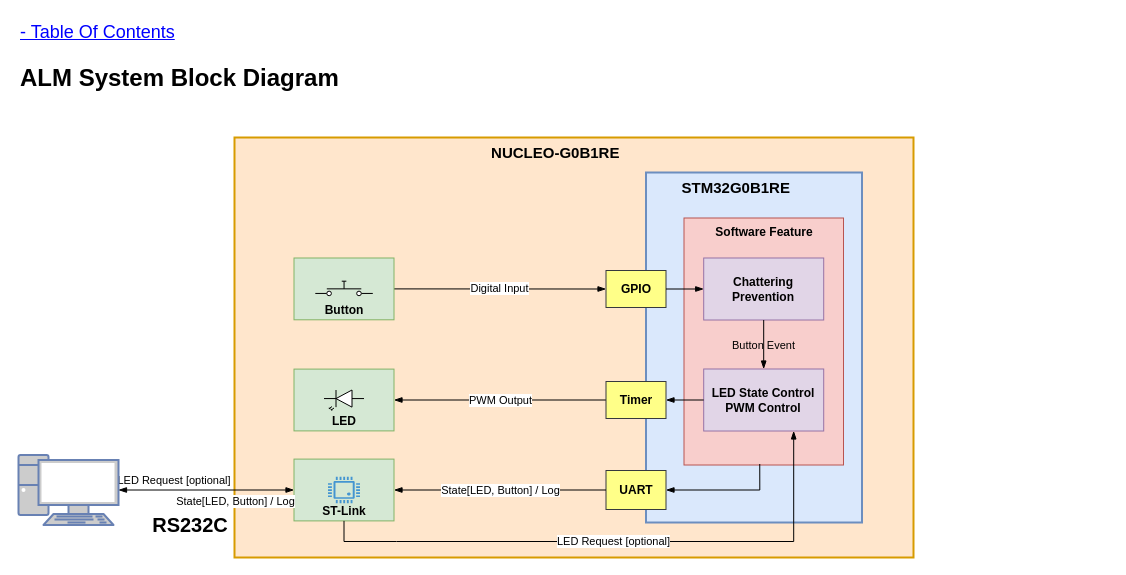
Earlier version of the draw.io diagram page "SystemBlockDiagram" (2 of 16) of Resources/Part2/Part2_ALM_Diagram.drawio (gtuja/CSC_MS). Source tidied: cells renumbered, new cells numbered last; positions are measured from the earlier drawing's top-left corner, leaving out a move shared by most shapes. Both pictures are drawn from the tidied source at 100%, with x=0, y=0 at pixel (18, 17).
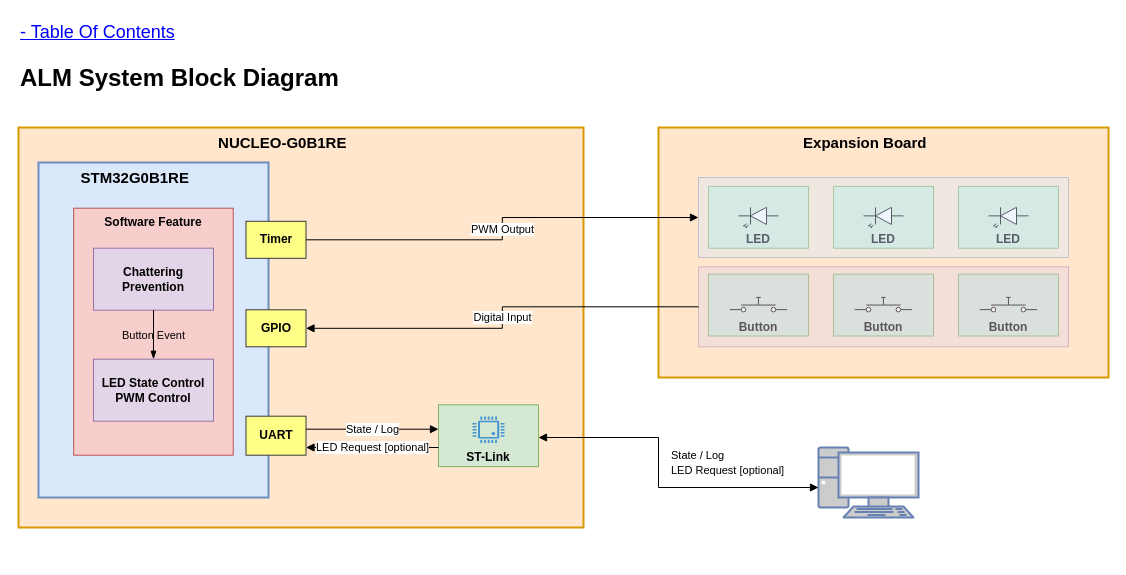
After the change.

Commit message (it also covers changes not shown here):
[main] Add hardware diagrams and update ALM diagrams.

The edit, as a diff of the source:
```diff
@@
     <mxCell id="2" value="&lt;div style=&quot;margin-top: 0pt; margin-bottom: 0pt; text-indent: -0.38in; font-size: 15px;&quot; class=&quot;O0&quot;&gt;&lt;span style=&quot;font-size: 15px; font-weight: bold;&quot;&gt;NUCLEO-G0B1RE&lt;/span&gt;&lt;/div&gt;" style="rounded=0;whiteSpace=wrap;html=1;strokeWidth=2;align=center;horizontal=1;verticalAlign=top;fontSize=15;labelBackgroundColor=none;fontFamily=Calibri;fillColor=#ffe6cc;strokeColor=#d79b00;" parent="1" vertex="1">
-      <mxGeometry x="216" y="120" width="679" height="420" as="geometry" />
+      <mxGeometry y="110" width="565" height="400" as="geometry" />
     </mxCell>
     <mxCell id="3" value="&lt;div class=&quot;O0&quot; style=&quot;margin-top: 0pt; margin-bottom: 0pt; text-indent: -0.38in; font-size: 15px;&quot;&gt;&lt;div class=&quot;O0&quot; style=&quot;margin-top: 0pt; margin-bottom: 0pt; text-indent: -0.38in; font-size: 15px;&quot;&gt;&lt;span style=&quot;font-size: 15px; font-weight: bold;&quot;&gt;STM32G0B1RE&lt;/span&gt;&lt;/div&gt;&lt;/div&gt;" style="rounded=0;whiteSpace=wrap;html=1;strokeWidth=2;align=center;horizontal=1;verticalAlign=top;fontSize=15;labelBackgroundColor=none;fontFamily=Calibri;fillColor=#dae8fc;strokeColor=#6c8ebf;" parent="1" vertex="1">
-      <mxGeometry x="627.5" y="155" width="216" height="350" as="geometry" />
+      <mxGeometry x="20" y="145" width="230" height="335" as="geometry" />
     </mxCell>
     <mxCell id="4" value="UART" style="rounded=0;whiteSpace=wrap;html=1;align=center;verticalAlign=middle;fontFamily=Calibri;fontStyle=1;fillColor=#ffff88;strokeColor=#36393d;" parent="1" vertex="1">
-      <mxGeometry x="587.5" y="453" width="60" height="39" as="geometry" />
+      <mxGeometry x="227.5" y="398.7" width="60" height="39" as="geometry" />
     </mxCell>
     <mxCell id="5" value="ST-Link" style="rounded=0;whiteSpace=wrap;html=1;fontFamily=Calibri;fontStyle=1;verticalAlign=bottom;fillColor=#d5e8d4;strokeColor=#82b366;" parent="1" vertex="1">
-      <mxGeometry x="275.5" y="441.6" width="100" height="61.8" as="geometry" />
+      <mxGeometry x="420" y="387.3" width="100" height="61.8" as="geometry" />
     </mxCell>
-    <mxCell id="6" value="Digital Input" style="endArrow=blockThin;startArrow=none;html=1;rounded=0;entryX=0;entryY=0.5;entryDx=0;entryDy=0;exitX=1;exitY=0.5;exitDx=0;exitDy=0;strokeWidth=1;startFill=0;endFill=1;fontFamily=Calibri;" parent="1" edge="1" source="12" target="14">
-      <mxGeometry relative="1" as="geometry" />
-    </mxCell>
-    <mxCell id="7" value="PWM Output" style="endArrow=blockThin;startArrow=none;html=1;rounded=0;entryX=1;entryY=0.5;entryDx=0;entryDy=0;exitX=0;exitY=0.5;exitDx=0;exitDy=0;strokeWidth=1;startFill=0;endFill=1;fontFamily=Calibri;" parent="1" edge="1" source="15" target="13">
-      <mxGeometry relative="1" as="geometry" />
-    </mxCell>
     <mxCell id="8" value="Software Feature" style="rounded=0;whiteSpace=wrap;html=1;horizontal=1;verticalAlign=top;flipV=0;fontFamily=Calibri;fontStyle=1;fillColor=#f8cecc;strokeColor=#b85450;" parent="1" vertex="1">
-      <mxGeometry x="665.5" y="200.5" width="159.5" height="247" as="geometry" />
+      <mxGeometry x="55.2" y="190.7" width="159.5" height="247" as="geometry" />
     </mxCell>
     <mxCell id="9" value="Chattering&lt;div&gt;Prevention&lt;/div&gt;" style="rounded=0;whiteSpace=wrap;html=1;flipV=0;fontFamily=Calibri;fontStyle=1;fillColor=#e1d5e7;strokeColor=#9673a6;" parent="1" vertex="1">
-      <mxGeometry x="685.2" y="240.5" width="120" height="62" as="geometry" />
+      <mxGeometry x="75" y="230.7" width="120" height="62" as="geometry" />
     </mxCell>
     <mxCell id="10" value="LED State Control&lt;div&gt;PWM Control&lt;/div&gt;" style="rounded=0;whiteSpace=wrap;html=1;verticalAlign=middle;flipV=0;fontFamily=Calibri;fontStyle=1;fillColor=#e1d5e7;strokeColor=#9673a6;" parent="1" vertex="1">
-      <mxGeometry x="685.2" y="351.5" width="120" height="62" as="geometry" />
+      <mxGeometry x="75" y="341.7" width="120" height="62" as="geometry" />
     </mxCell>
@@
-    <mxCell id="12" value="Button" style="rounded=0;whiteSpace=wrap;html=1;fontFamily=Calibri;fontStyle=1;verticalAlign=bottom;fillColor=#d5e8d4;strokeColor=#82b366;" parent="1" vertex="1">
-      <mxGeometry x="275.5" y="240.5" width="100" height="61.8" as="geometry" />
-    </mxCell>
-    <mxCell id="13" value="LED" style="rounded=0;whiteSpace=wrap;html=1;fontFamily=Calibri;fontStyle=1;verticalAlign=bottom;fillColor=#d5e8d4;strokeColor=#82b366;" parent="1" vertex="1">
-      <mxGeometry x="275.5" y="351.6" width="100" height="61.8" as="geometry" />
-    </mxCell>
     <mxCell id="14" value="GPIO" style="rounded=0;whiteSpace=wrap;html=1;align=center;verticalAlign=middle;fontFamily=Calibri;fontStyle=1;fillColor=#ffff88;strokeColor=#36393d;" parent="1" vertex="1">
-      <mxGeometry x="587.5" y="253" width="60" height="37" as="geometry" />
+      <mxGeometry x="227.5" y="292.3" width="60" height="37" as="geometry" />
     </mxCell>
     <mxCell id="15" value="Timer" style="rounded=0;whiteSpace=wrap;html=1;align=center;verticalAlign=middle;fontFamily=Calibri;fontStyle=1;fillColor=#ffff88;strokeColor=#36393d;" parent="1" vertex="1">
-      <mxGeometry x="587.5" y="364" width="60" height="37" as="geometry" />
+      <mxGeometry x="227.5" y="203.8" width="60" height="37" as="geometry" />
     </mxCell>
-    <mxCell id="16" value="State[LED, Button] / Log" style="endArrow=blockThin;startArrow=none;html=1;rounded=0;entryX=1;entryY=0.5;entryDx=0;entryDy=0;exitX=0;exitY=0.5;exitDx=0;exitDy=0;strokeWidth=1;startFill=0;endFill=1;fontFamily=Calibri;" parent="1" edge="1" source="4" target="5">
-      <mxGeometry relative="1" as="geometry" />
-    </mxCell>
-    <mxCell id="17" style="endArrow=blockThin;startArrow=none;html=1;rounded=0;entryX=1;entryY=0.5;entryDx=0;entryDy=0;exitX=0.475;exitY=0.996;exitDx=0;exitDy=0;strokeWidth=1;startFill=0;endFill=1;fontFamily=Calibri;edgeStyle=orthogonalEdgeStyle;exitPerimeter=0;" parent="1" edge="1" source="8" target="4">
-      <mxGeometry relative="1" as="geometry" />
-    </mxCell>
-    <mxCell id="18" value="LED Request [optional]" style="endArrow=blockThin;startArrow=none;html=1;rounded=0;entryX=0.75;entryY=1;entryDx=0;entryDy=0;exitX=0.5;exitY=1;exitDx=0;exitDy=0;strokeWidth=1;startFill=0;endFill=1;fontFamily=Calibri;edgeStyle=orthogonalEdgeStyle;" parent="1" edge="1" source="5" target="10">
-      <mxGeometry relative="1" as="geometry">
-        <Array as="points">
-          <mxPoint x="378" y="524" />
-          <mxPoint x="786" y="524" />
-        </Array>
-      </mxGeometry>
-    </mxCell>
-    <mxCell id="19" value="&lt;span style=&quot;font-size: 11px; text-wrap: nowrap; background-color: rgb(255, 255, 255);&quot;&gt;LED Request [optional]&lt;/span&gt;" style="text;html=1;align=center;verticalAlign=middle;whiteSpace=wrap;rounded=0;fontFamily=Calibri;" parent="1" vertex="1">
-      <mxGeometry x="126" y="447.5" width="60" height="30" as="geometry" />
+    <mxCell id="19" value="&lt;div&gt;&lt;span style=&quot;font-size: 11px; text-wrap: nowrap; background-color: rgb(255, 255, 255);&quot;&gt;State / Log&lt;/span&gt;&lt;/div&gt;&lt;span style=&quot;font-size: 11px; text-wrap: nowrap; background-color: rgb(255, 255, 255);&quot;&gt;LED Request [optional]&lt;/span&gt;" style="text;html=1;align=left;verticalAlign=middle;whiteSpace=wrap;rounded=0;fontFamily=Calibri;" parent="1" vertex="1">
+      <mxGeometry x="651.2" y="430" width="60" height="30" as="geometry" />
     </mxCell>
     <mxCell id="20" style="fontColor=#0066CC;verticalAlign=top;verticalLabelPosition=bottom;labelPosition=center;align=center;html=1;outlineConnect=0;fillColor=#CCCCCC;strokeColor=#6881B3;gradientColor=none;gradientDirection=north;strokeWidth=2;shape=mxgraph.networks.pc;fontFamily=Calibri;" parent="1" vertex="1">
-      <mxGeometry y="437.5" width="100" height="70" as="geometry" />
+      <mxGeometry x="800" y="430" width="100" height="70" as="geometry" />
     </mxCell>
-    <mxCell id="21" value="State[LED, Button] / Log" style="endArrow=blockThin;startArrow=blockThin;html=1;rounded=0;entryX=1;entryY=0.5;entryDx=0;entryDy=0;strokeWidth=1;startFill=1;endFill=1;fontFamily=Calibri;entryPerimeter=0;" parent="1" edge="1" source="5" target="20">
-      <mxGeometry x="-0.33" y="11" relative="1" as="geometry" />
-    </mxCell>
-    <mxCell id="22" value="RS232C" style="text;html=1;align=center;verticalAlign=middle;whiteSpace=wrap;rounded=0;fontFamily=Calibri;fontStyle=1;fontSize=20;" parent="1" vertex="1">
-      <mxGeometry x="142" y="492" width="60" height="30" as="geometry" />
-    </mxCell>
-    <mxCell id="23" style="endArrow=blockThin;startArrow=none;html=1;rounded=0;entryX=0;entryY=0.5;entryDx=0;entryDy=0;exitX=1;exitY=0.5;exitDx=0;exitDy=0;strokeWidth=1;startFill=0;endFill=1;fontFamily=Calibri;" parent="1" edge="1" source="14" target="9">
-      <mxGeometry relative="1" as="geometry" />
-    </mxCell>
-    <mxCell id="24" style="endArrow=blockThin;startArrow=none;html=1;rounded=0;entryX=1;entryY=0.5;entryDx=0;entryDy=0;exitX=0;exitY=0.5;exitDx=0;exitDy=0;strokeWidth=1;startFill=0;endFill=1;fontFamily=Calibri;" parent="1" edge="1" source="10" target="15">
-      <mxGeometry relative="1" as="geometry" />
-    </mxCell>
-    <mxCell id="25" style="html=1;shape=mxgraph.electrical.electro-mechanical.pushbutton;elSwitchState=off;" parent="1" vertex="1">
-      <mxGeometry x="296.8" y="263.7" width="57.5" height="15.3" as="geometry" />
-    </mxCell>
-    <mxCell id="26" style="verticalLabelPosition=bottom;shadow=0;dashed=0;align=center;html=1;verticalAlign=top;shape=mxgraph.electrical.opto_electronics.led_2;direction=west;" parent="1" vertex="1">
-      <mxGeometry x="305.5" y="372.5" width="40" height="20" as="geometry" />
-    </mxCell>
     <mxCell id="27" style="shadow=0;dashed=0;html=1;strokeColor=none;fillColor=#4495D1;labelPosition=center;verticalLabelPosition=bottom;verticalAlign=top;align=center;shape=mxgraph.veeam.cpu;" parent="1" vertex="1">
-      <mxGeometry x="309.5" y="459.2" width="32" height="26.5" as="geometry" />
+      <mxGeometry x="454" y="398.9" width="32" height="26.5" as="geometry" />
     </mxCell>
@@
+    <mxCell id="30" value="&lt;span style=&quot;text-align: left;&quot;&gt;State / Log&lt;/span&gt;" style="endArrow=block;startArrow=none;html=1;rounded=0;strokeWidth=1;startFill=0;endFill=1;fontFamily=Calibri;" parent="1" edge="1">
+      <mxGeometry relative="1" as="geometry">
+        <mxPoint x="287.5" y="411.7" as="sourcePoint" />
+        <mxPoint x="420" y="411.7" as="targetPoint" />
+      </mxGeometry>
+    </mxCell>
+    <mxCell id="18" value="&lt;span style=&quot;text-align: left;&quot;&gt;LED Request [optional]&lt;/span&gt;" style="endArrow=block;startArrow=none;html=1;rounded=0;strokeWidth=1;startFill=0;endFill=1;fontFamily=Calibri;" parent="1" edge="1">
+      <mxGeometry relative="1" as="geometry">
+        <mxPoint x="420" y="430" as="sourcePoint" />
+        <mxPoint x="287.5" y="430" as="targetPoint" />
+      </mxGeometry>
+    </mxCell>
+    <mxCell id="31" value="&lt;div style=&quot;margin-top: 0pt; margin-bottom: 0pt; text-indent: -0.38in; font-size: 15px;&quot; class=&quot;O0&quot;&gt;&lt;span style=&quot;font-size: 15px; font-weight: bold;&quot;&gt;Expansion Board&lt;/span&gt;&lt;/div&gt;" style="rounded=0;whiteSpace=wrap;html=1;strokeWidth=2;align=center;horizontal=1;verticalAlign=top;fontSize=15;labelBackgroundColor=none;fontFamily=Calibri;fillColor=#ffe6cc;strokeColor=#d79b00;" parent="1" vertex="1">
+      <mxGeometry x="640" y="110" width="450" height="250" as="geometry" />
+    </mxCell>
+    <mxCell id="32" value="LED" style="rounded=0;whiteSpace=wrap;html=1;fontFamily=Calibri;fontStyle=1;verticalAlign=bottom;fillColor=#d5e8d4;strokeColor=#82b366;" parent="1" vertex="1">
+      <mxGeometry x="690" y="168.9" width="100" height="61.8" as="geometry" />
+    </mxCell>
+    <mxCell id="33" style="verticalLabelPosition=bottom;shadow=0;dashed=0;align=center;html=1;verticalAlign=top;shape=mxgraph.electrical.opto_electronics.led_2;direction=west;" parent="1" vertex="1">
+      <mxGeometry x="720" y="189.8" width="40" height="20" as="geometry" />
+    </mxCell>
+    <mxCell id="34" value="LED" style="rounded=0;whiteSpace=wrap;html=1;fontFamily=Calibri;fontStyle=1;verticalAlign=bottom;fillColor=#d5e8d4;strokeColor=#82b366;" parent="1" vertex="1">
+      <mxGeometry x="940" y="168.9" width="100" height="61.8" as="geometry" />
+    </mxCell>
+    <mxCell id="35" style="verticalLabelPosition=bottom;shadow=0;dashed=0;align=center;html=1;verticalAlign=top;shape=mxgraph.electrical.opto_electronics.led_2;direction=west;" parent="1" vertex="1">
+      <mxGeometry x="970" y="189.8" width="40" height="20" as="geometry" />
+    </mxCell>
+    <mxCell id="36" value="LED" style="rounded=0;whiteSpace=wrap;html=1;fontFamily=Calibri;fontStyle=1;verticalAlign=bottom;fillColor=#d5e8d4;strokeColor=#82b366;" parent="1" vertex="1">
+      <mxGeometry x="815" y="168.9" width="100" height="61.8" as="geometry" />
+    </mxCell>
+    <mxCell id="37" style="verticalLabelPosition=bottom;shadow=0;dashed=0;align=center;html=1;verticalAlign=top;shape=mxgraph.electrical.opto_electronics.led_2;direction=west;" parent="1" vertex="1">
+      <mxGeometry x="845" y="189.8" width="40" height="20" as="geometry" />
+    </mxCell>
+    <mxCell id="38" value="Button" style="rounded=0;whiteSpace=wrap;html=1;fontFamily=Calibri;fontStyle=1;verticalAlign=bottom;fillColor=#d5e8d4;strokeColor=#82b366;" parent="1" vertex="1">
+      <mxGeometry x="690" y="256.7" width="100" height="61.8" as="geometry" />
+    </mxCell>
+    <mxCell id="39" style="html=1;shape=mxgraph.electrical.electro-mechanical.pushbutton;elSwitchState=off;" parent="1" vertex="1">
+      <mxGeometry x="711.2" y="279.9" width="57.5" height="15.3" as="geometry" />
+    </mxCell>
+    <mxCell id="40" value="Button" style="rounded=0;whiteSpace=wrap;html=1;fontFamily=Calibri;fontStyle=1;verticalAlign=bottom;fillColor=#d5e8d4;strokeColor=#82b366;" parent="1" vertex="1">
+      <mxGeometry x="815" y="256.7" width="100" height="61.8" as="geometry" />
+    </mxCell>
+    <mxCell id="41" style="html=1;shape=mxgraph.electrical.electro-mechanical.pushbutton;elSwitchState=off;" parent="1" vertex="1">
+      <mxGeometry x="836.2" y="279.9" width="57.5" height="15.3" as="geometry" />
+    </mxCell>
+    <mxCell id="42" value="Button" style="rounded=0;whiteSpace=wrap;html=1;fontFamily=Calibri;fontStyle=1;verticalAlign=bottom;fillColor=#d5e8d4;strokeColor=#82b366;" parent="1" vertex="1">
+      <mxGeometry x="940" y="256.7" width="100" height="61.8" as="geometry" />
+    </mxCell>
+    <mxCell id="43" style="html=1;shape=mxgraph.electrical.electro-mechanical.pushbutton;elSwitchState=off;" parent="1" vertex="1">
+      <mxGeometry x="961.2" y="279.9" width="57.5" height="15.3" as="geometry" />
+    </mxCell>
+    <mxCell id="44" style="rounded=0;whiteSpace=wrap;html=1;fillColor=#dae8fc;strokeColor=#6c8ebf;opacity=40;" parent="1" vertex="1">
+      <mxGeometry x="680" y="160" width="370" height="80" as="geometry" />
+    </mxCell>
+    <mxCell id="45" style="rounded=0;whiteSpace=wrap;html=1;fillColor=#e1d5e7;strokeColor=#9673a6;opacity=40;" parent="1" vertex="1">
+      <mxGeometry x="680" y="249.3" width="370" height="80" as="geometry" />
+    </mxCell>
+    <mxCell id="7" value="PWM Output" style="endArrow=block;startArrow=none;html=1;rounded=0;strokeWidth=1;startFill=0;endFill=1;fontFamily=Calibri;edgeStyle=orthogonalEdgeStyle;" parent="1" edge="1" source="15" target="44">
+      <mxGeometry relative="1" as="geometry" />
+    </mxCell>
+    <mxCell id="21" style="endArrow=block;startArrow=block;html=1;rounded=0;strokeWidth=1;startFill=1;endFill=1;fontFamily=Calibri;edgeStyle=orthogonalEdgeStyle;" parent="1" edge="1" source="5" target="20">
+      <mxGeometry relative="1" as="geometry">
+        <Array as="points">
+          <mxPoint x="640" y="420" />
+          <mxPoint x="640" y="470" />
+        </Array>
+      </mxGeometry>
+    </mxCell>
+    <mxCell id="6" value="Digital Input" style="endArrow=block;startArrow=none;html=1;rounded=0;strokeWidth=1;startFill=0;endFill=1;fontFamily=Calibri;edgeStyle=orthogonalEdgeStyle;" parent="1" edge="1" source="45" target="14">
+      <mxGeometry relative="1" as="geometry" />
+    </mxCell>
```
